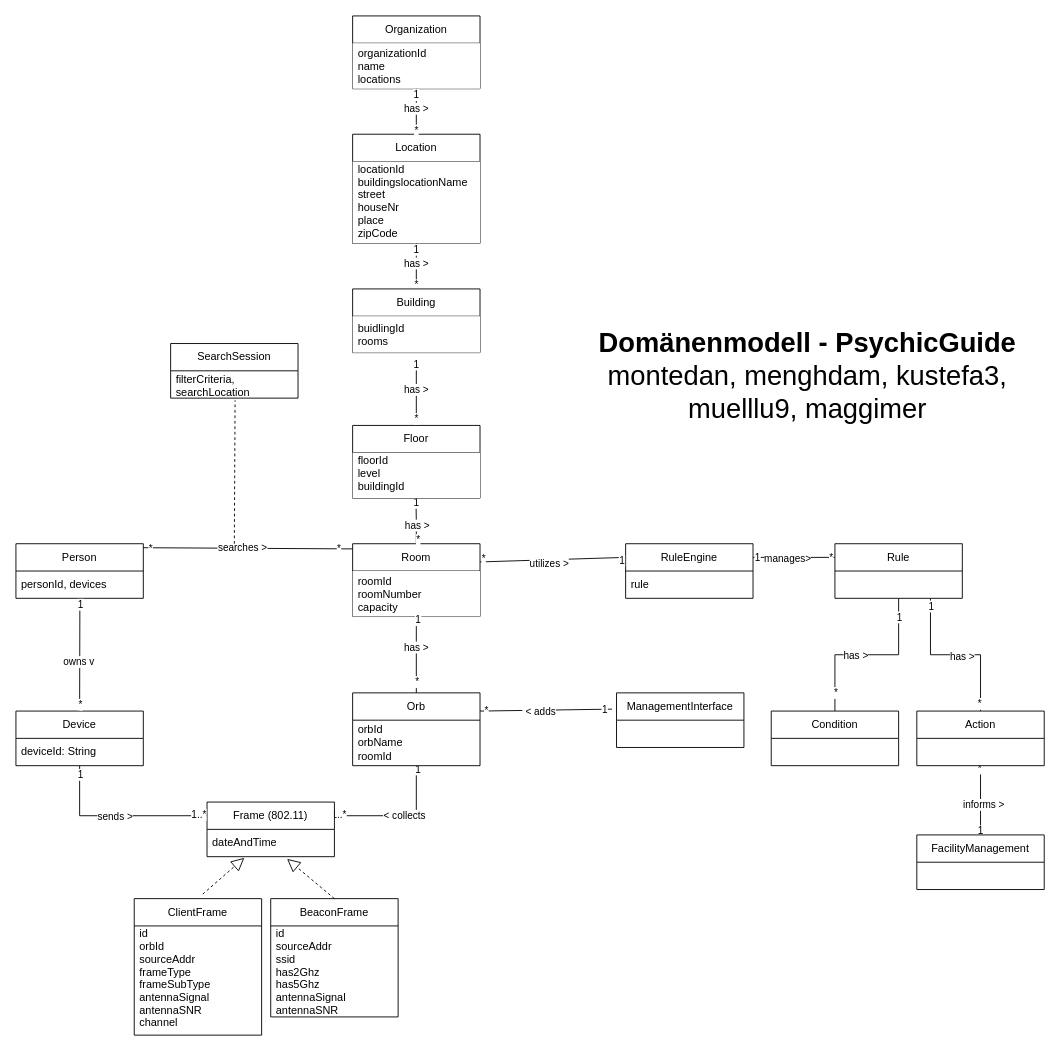
The draw.io diagram PM3_domain_model.drawio in phyllomenous/PM3_DomainModel, before the edit. Source tidied: cells renumbered, new cells numbered last; positions are measured from the earlier drawing's top-left corner, leaving out a move shared by most shapes. Both pictures are drawn from the tidied source at 91%, with x=0, y=0 at pixel (15, 15).
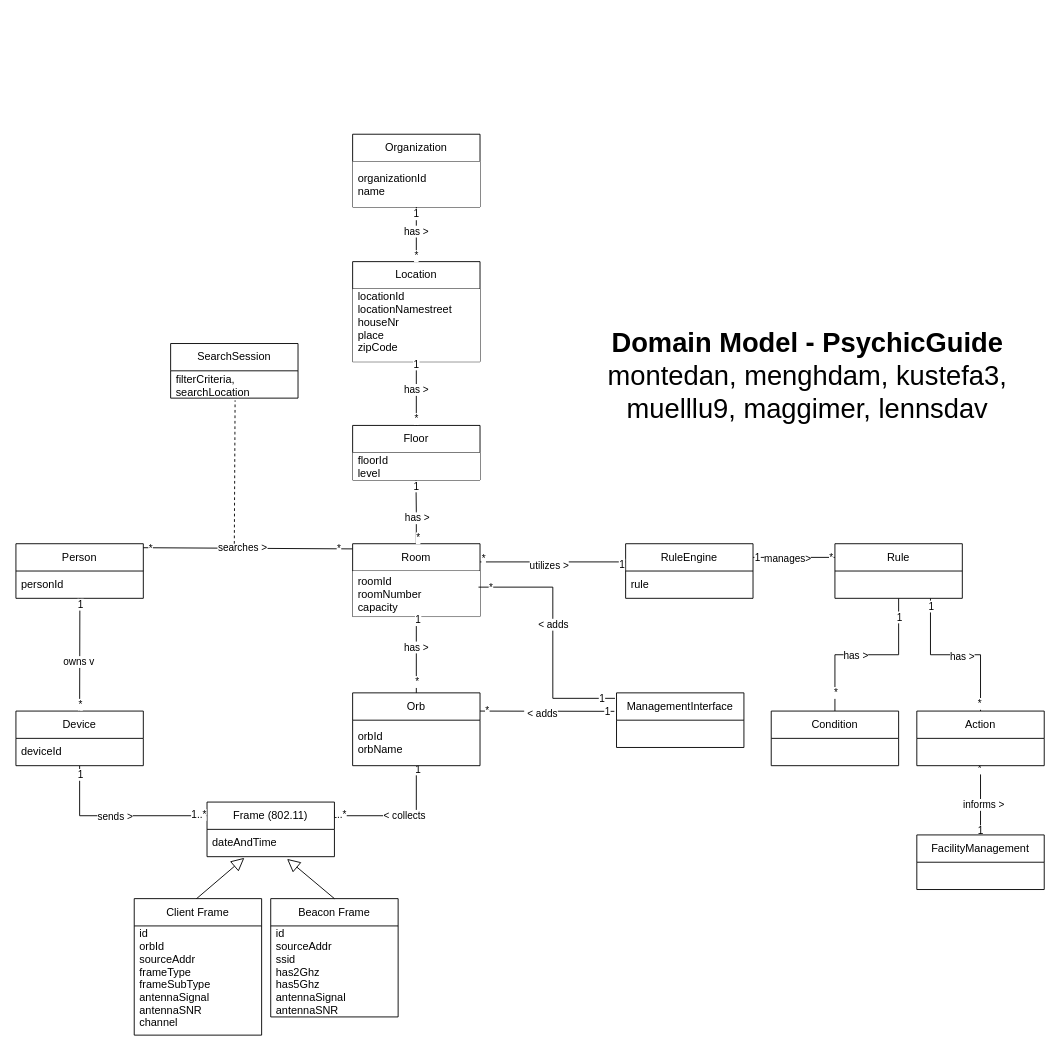
Above is the later version.

Unchanged cells that the change refers to:
```xml
<mxCell id="12" value="Room" style="swimlane;fontStyle=0;horizontal=1;startSize=30;whiteSpace=wrap;html=1;swimlaneFillColor=default;" parent="1" vertex="1">
  <mxGeometry x="370" y="580" width="140" height="80" as="geometry" />
</mxCell>
<mxCell id="13" value="roomId&#10;roomNumber&#10;capacity" style="text;strokeColor=none;fillColor=default;align=left;verticalAlign=middle;spacingLeft=4;spacingRight=4;overflow=hidden;points=[[0,0.5],[1,0.5]];portConstraint=eastwest;" parent="12" vertex="1">
  <mxGeometry y="30" width="140" height="50" as="geometry" />
</mxCell>
<mxCell id="18" value="Orb" style="swimlane;fontStyle=0;horizontal=1;startSize=30;whiteSpace=wrap;html=1;swimlaneFillColor=default;" parent="1" vertex="1">
  <mxGeometry x="370" y="743.9" width="140" height="80" as="geometry" />
</mxCell>
<mxCell id="33" value="dateAndTime" style="text;strokeColor=none;fillColor=none;align=left;verticalAlign=middle;spacingLeft=4;spacingRight=4;overflow=hidden;points=[[0,0.5],[1,0.5]];portConstraint=eastwest;whiteSpace=wrap;html=1;" parent="32" vertex="1">
  <mxGeometry y="30" width="140" height="30" as="geometry" />
</mxCell>
<mxCell id="37" value="Person" style="swimlane;fontStyle=0;horizontal=1;startSize=30;whiteSpace=wrap;html=1;swimlaneFillColor=default;" parent="1" vertex="1">
  <mxGeometry y="580" width="140" height="60" as="geometry" />
</mxCell>
<mxCell id="43" value="Device" style="swimlane;fontStyle=0;horizontal=1;startSize=30;whiteSpace=wrap;html=1;swimlaneFillColor=default;" parent="1" vertex="1">
  <mxGeometry y="763.9" width="140" height="60" as="geometry" />
</mxCell>
<mxCell id="49" value="ManagementInterface" style="swimlane;fontStyle=0;horizontal=1;startSize=30;whiteSpace=wrap;html=1;swimlaneFillColor=default;" parent="1" vertex="1">
  <mxGeometry x="660" y="743.9" width="140" height="60" as="geometry" />
</mxCell>
<mxCell id="58" value="RuleEngine" style="swimlane;fontStyle=0;horizontal=1;startSize=30;whiteSpace=wrap;html=1;swimlaneFillColor=default;" parent="1" vertex="1">
  <mxGeometry x="670" y="580" width="140" height="60" as="geometry" />
</mxCell>
```

What changed in the source:
```diff
@@
-    <mxCell id="2" style="rounded=0;jettySize=auto;html=1;exitX=-0.036;exitY=0.298;exitDx=0;exitDy=0;entryX=1;entryY=0.25;entryDx=0;entryDy=0;endArrow=none;endFill=0;exitPerimeter=0;" parent="1" edge="1" source="49" target="18">
+    <mxCell id="2" style="rounded=0;jettySize=auto;html=1;exitX=-0.017;exitY=0.338;exitDx=0;exitDy=0;entryX=1;entryY=0.25;entryDx=0;entryDy=0;endArrow=none;endFill=0;exitPerimeter=0;" parent="1" edge="1" source="49" target="18">
       <mxGeometry relative="1" as="geometry" />
     </mxCell>
@@
     <mxCell id="10" value="Location" style="swimlane;fontStyle=0;horizontal=1;startSize=30;whiteSpace=wrap;html=1;swimlaneFillColor=default;" parent="1" vertex="1">
-      <mxGeometry x="370" y="130" width="140" height="120" as="geometry" />
+      <mxGeometry x="370" y="270" width="140" height="110" as="geometry" />
     </mxCell>
-    <mxCell id="11" value="locationId&#10;buildingslocationName&#10;street&#10;houseNr&#10;place&#10;zipCode&#10;&#10;&#10;" style="text;strokeColor=none;fillColor=default;align=left;verticalAlign=middle;spacingLeft=4;spacingRight=4;overflow=hidden;" parent="10" vertex="1">
-      <mxGeometry y="30" width="140" height="90" as="geometry" />
+    <mxCell id="11" value="locationId&#10;locationNamestreet&#10;houseNr&#10;place&#10;zipCode&#10;&#10;&#10;" style="text;strokeColor=none;fillColor=default;align=left;verticalAlign=middle;spacingLeft=4;spacingRight=4;overflow=hidden;" parent="10" vertex="1">
+      <mxGeometry y="30" width="140" height="80" as="geometry" />
     </mxCell>
@@
-    <mxCell id="19" value="&lt;div&gt;orbId&lt;/div&gt;&lt;div&gt;orbName&lt;/div&gt;&lt;div&gt;roomId&lt;br&gt;&lt;/div&gt;" style="text;strokeColor=none;fillColor=none;align=left;verticalAlign=middle;spacingLeft=4;spacingRight=4;overflow=hidden;whiteSpace=wrap;html=1;" parent="18" vertex="1">
+    <mxCell id="19" value="&lt;div&gt;orbId&lt;/div&gt;&lt;div&gt;orbName&lt;/div&gt;" style="text;strokeColor=none;fillColor=none;align=left;verticalAlign=middle;spacingLeft=4;spacingRight=4;overflow=hidden;whiteSpace=wrap;html=1;" parent="18" vertex="1">
       <mxGeometry y="30" width="140" height="50" as="geometry" />
     </mxCell>
-    <mxCell id="20" style="edgeStyle=orthogonalEdgeStyle;rounded=0;jettySize=auto;html=1;endArrow=none;endFill=0;exitX=0.5;exitY=0;exitDx=0;exitDy=0;" parent="1" edge="1" source="85" target="10">
-      <mxGeometry relative="1" as="geometry" />
-    </mxCell>
-    <mxCell id="21" value="has &amp;gt;" style="edgeLabel;html=1;align=center;verticalAlign=middle;" parent="20" vertex="1">
-      <mxGeometry x="0.14" y="1" relative="1" as="geometry" />
-    </mxCell>
-    <mxCell id="22" value="*" style="edgeLabel;html=1;align=center;verticalAlign=middle;" parent="20" vertex="1">
-      <mxGeometry x="-0.78" y="1" relative="1" as="geometry" />
-    </mxCell>
-    <mxCell id="23" value="1" style="edgeLabel;html=1;align=center;verticalAlign=middle;" parent="20" vertex="1">
-      <mxGeometry x="0.75" y="1" relative="1" as="geometry" />
-    </mxCell>
@@
-    <mxCell id="38" value="personId, devices" style="text;strokeColor=none;fillColor=none;align=left;verticalAlign=middle;spacingLeft=4;spacingRight=4;overflow=hidden;points=[[0,0.5],[1,0.5]];portConstraint=eastwest;whiteSpace=wrap;html=1;" parent="37" vertex="1">
+    <mxCell id="38" value="&lt;div&gt;personId&lt;/div&gt;" style="text;strokeColor=none;fillColor=none;align=left;verticalAlign=middle;spacingLeft=4;spacingRight=4;overflow=hidden;points=[[0,0.5],[1,0.5]];portConstraint=eastwest;whiteSpace=wrap;html=1;" parent="37" vertex="1">
       <mxGeometry y="30" width="140" height="30" as="geometry" />
     </mxCell>
@@
-    <mxCell id="44" value="&lt;div&gt;deviceId: String&lt;/div&gt;" style="text;strokeColor=none;fillColor=none;align=left;verticalAlign=middle;spacingLeft=4;spacingRight=4;overflow=hidden;whiteSpace=wrap;html=1;" parent="43" vertex="1">
+    <mxCell id="44" value="&lt;div&gt;deviceId&lt;br&gt;&lt;/div&gt;" style="text;strokeColor=none;fillColor=none;align=left;verticalAlign=middle;spacingLeft=4;spacingRight=4;overflow=hidden;whiteSpace=wrap;html=1;" parent="43" vertex="1">
       <mxGeometry y="30" width="140" height="30" as="geometry" />
     </mxCell>
@@
-    <mxCell id="70" style="rounded=0;jettySize=auto;html=1;exitX=1;exitY=0.25;exitDx=0;exitDy=0;entryX=0;entryY=0.25;entryDx=0;entryDy=0;endArrow=none;endFill=0;" parent="1" edge="1" source="12" target="58">
+    <mxCell id="70" style="rounded=0;jettySize=auto;html=1;exitX=1;exitY=0.25;exitDx=0;exitDy=0;entryX=0;entryY=0.333;entryDx=0;entryDy=0;endArrow=none;endFill=0;entryPerimeter=0;" parent="1" edge="1" source="12" target="58">
       <mxGeometry relative="1" as="geometry" />
     </mxCell>
@@
-    <mxCell id="76" value="&lt;div style=&quot;font-size: 30px;&quot;&gt;&lt;font style=&quot;font-size: 30px;&quot;&gt;&lt;b&gt;Domänenmodell - PsychicGuide&lt;/b&gt;&lt;br&gt;&lt;/font&gt;&lt;/div&gt;&lt;div style=&quot;font-size: 30px;&quot;&gt;&lt;font style=&quot;font-size: 30px;&quot;&gt;montedan, menghdam, kustefa3, muelllu9, maggimer&lt;br&gt;&lt;/font&gt;&lt;/div&gt;" style="text;html=1;strokeColor=none;fillColor=none;align=center;verticalAlign=middle;whiteSpace=wrap;rounded=0;" parent="1" vertex="1">
+    <mxCell id="76" value="&lt;div style=&quot;font-size: 30px;&quot;&gt;&lt;font style=&quot;font-size: 30px;&quot;&gt;&lt;b&gt;Domain Model - PsychicGuide&lt;/b&gt;&lt;br&gt;&lt;/font&gt;&lt;/div&gt;&lt;div style=&quot;font-size: 30px;&quot;&gt;&lt;font style=&quot;font-size: 30px;&quot;&gt;montedan, menghdam, kustefa3, muelllu9, maggimer, lennsdav&lt;br&gt;&lt;/font&gt;&lt;/div&gt;" style="text;html=1;strokeColor=none;fillColor=none;align=center;verticalAlign=middle;whiteSpace=wrap;rounded=0;" parent="1" vertex="1">
       <mxGeometry x="620" y="380" width="500" height="30" as="geometry" />
     </mxCell>
     <mxCell id="77" value="Organization" style="swimlane;fontStyle=0;horizontal=1;startSize=30;whiteSpace=wrap;html=1;swimlaneFillColor=default;" parent="1" vertex="1">
-      <mxGeometry x="370" width="140" height="80" as="geometry" />
+      <mxGeometry x="370" y="130" width="140" height="80" as="geometry" />
     </mxCell>
-    <mxCell id="78" value="organizationId&#10;name&#10;locations" style="text;strokeColor=none;fillColor=default;align=left;verticalAlign=middle;spacingLeft=4;spacingRight=4;overflow=hidden;points=[[0,0.5],[1,0.5]];portConstraint=eastwest;" parent="77" vertex="1">
+    <mxCell id="78" value="organizationId&#10;name" style="text;strokeColor=none;fillColor=default;align=left;verticalAlign=middle;spacingLeft=4;spacingRight=4;overflow=hidden;points=[[0,0.5],[1,0.5]];portConstraint=eastwest;" parent="77" vertex="1">
       <mxGeometry y="30" width="140" height="50" as="geometry" />
     </mxCell>
@@
     <mxCell id="83" value="Floor" style="swimlane;fontStyle=0;horizontal=1;startSize=30;whiteSpace=wrap;html=1;swimlaneFillColor=default;" parent="1" vertex="1">
-      <mxGeometry x="370" y="450" width="140" height="80" as="geometry" />
+      <mxGeometry x="370" y="450" width="140" height="60" as="geometry" />
     </mxCell>
-    <mxCell id="84" value="floorId&#10;level&#10;buildingId&#10;" style="text;strokeColor=none;fillColor=default;align=left;verticalAlign=middle;spacingLeft=4;spacingRight=4;overflow=hidden;points=[[0,0.5],[1,0.5]];portConstraint=eastwest;" parent="83" vertex="1">
-      <mxGeometry y="30" width="140" height="50" as="geometry" />
+    <mxCell id="84" value="floorId&#10;level&#10;" style="text;strokeColor=none;fillColor=default;align=left;verticalAlign=middle;spacingLeft=4;spacingRight=4;overflow=hidden;points=[[0,0.5],[1,0.5]];portConstraint=eastwest;" parent="83" vertex="1">
+      <mxGeometry y="30" width="140" height="30" as="geometry" />
     </mxCell>
-    <mxCell id="85" value="Building" style="swimlane;fontStyle=0;horizontal=1;startSize=30;whiteSpace=wrap;html=1;swimlaneFillColor=default;" parent="1" vertex="1">
-      <mxGeometry x="370" y="300" width="140" height="70" as="geometry" />
-    </mxCell>
-    <mxCell id="86" value="buidlingId&#10;rooms" style="text;strokeColor=none;fillColor=default;align=left;verticalAlign=middle;spacingLeft=4;spacingRight=4;overflow=hidden;" parent="85" vertex="1">
-      <mxGeometry y="30" width="140" height="40" as="geometry" />
-    </mxCell>
-    <mxCell id="87" style="edgeStyle=orthogonalEdgeStyle;rounded=0;jettySize=auto;html=1;endArrow=none;endFill=0;exitX=0.5;exitY=0;exitDx=0;exitDy=0;" parent="1" edge="1" source="83">
-      <mxGeometry relative="1" as="geometry">
-        <mxPoint x="440" y="380" as="targetPoint" />
-        <Array as="points">
-          <mxPoint x="440" y="380" />
-        </Array>
-      </mxGeometry>
+    <mxCell id="87" style="edgeStyle=orthogonalEdgeStyle;rounded=0;jettySize=auto;html=1;endArrow=none;endFill=0;exitX=0.5;exitY=0;exitDx=0;exitDy=0;entryX=0.5;entryY=1;entryDx=0;entryDy=0;" parent="1" edge="1" source="83" target="10">
+      <mxGeometry relative="1" as="geometry" />
     </mxCell>
@@
-    <mxCell id="91" style="endArrow=block;dashed=1;endFill=0;endSize=12;html=1;rounded=0;entryX=0.293;entryY=1.043;entryDx=0;entryDy=0;entryPerimeter=0;exitX=0.538;exitY=-0.033;exitDx=0;exitDy=0;exitPerimeter=0;" parent="1" edge="1" source="92" target="33">
+    <mxCell id="91" style="endArrow=block;endFill=0;endSize=12;html=1;rounded=0;entryX=0.293;entryY=1.043;entryDx=0;entryDy=0;entryPerimeter=0;exitX=0.467;exitY=0.018;exitDx=0;exitDy=0;exitPerimeter=0;" parent="1" edge="1" source="92" target="33">
       <mxGeometry relative="1" as="geometry" />
     </mxCell>
-    <mxCell id="92" value="ClientFrame" style="swimlane;fontStyle=0;horizontal=1;startSize=30;swimlaneFillColor=default;" parent="1" vertex="1">
+    <mxCell id="92" value="Client Frame" style="swimlane;fontStyle=0;horizontal=1;startSize=30;swimlaneFillColor=default;" parent="1" vertex="1">
       <mxGeometry x="130" y="970" width="140" height="150" as="geometry" />
     </mxCell>
@@
-    <mxCell id="94" value="BeaconFrame" style="swimlane;fontStyle=0;horizontal=1;startSize=30;swimlaneFillColor=default;" parent="1" vertex="1">
+    <mxCell id="94" value="Beacon Frame" style="swimlane;fontStyle=0;horizontal=1;startSize=30;swimlaneFillColor=default;" parent="1" vertex="1">
       <mxGeometry x="280" y="970" width="140" height="130" as="geometry" />
     </mxCell>
@@
-    <mxCell id="96" style="endArrow=block;dashed=1;endFill=0;endSize=12;html=1;rounded=0;entryX=0.628;entryY=1.081;entryDx=0;entryDy=0;entryPerimeter=0;exitX=0.5;exitY=0;exitDx=0;exitDy=0;" parent="1" edge="1" source="94" target="33">
+    <mxCell id="96" style="endArrow=block;endFill=0;endSize=12;html=1;rounded=0;entryX=0.628;entryY=1.081;entryDx=0;entryDy=0;entryPerimeter=0;exitX=0.5;exitY=0;exitDx=0;exitDy=0;" parent="1" edge="1" source="94" target="33">
       <mxGeometry relative="1" as="geometry" />
     </mxCell>
+    <mxCell id="97" style="rounded=0;jettySize=auto;html=1;exitX=-0.012;exitY=0.1;exitDx=0;exitDy=0;entryX=0.988;entryY=0.354;entryDx=0;entryDy=0;endArrow=none;endFill=0;exitPerimeter=0;entryPerimeter=0;edgeStyle=orthogonalEdgeStyle;" parent="1" edge="1" source="49" target="13">
+      <mxGeometry relative="1" as="geometry">
+        <Array as="points">
+          <mxPoint x="590" y="750" />
+          <mxPoint x="590" y="628" />
+        </Array>
+      </mxGeometry>
+    </mxCell>
+    <mxCell id="98" value="&amp;nbsp;&amp;lt; adds" style="edgeLabel;html=1;align=center;verticalAlign=middle;" parent="97" vertex="1">
+      <mxGeometry x="0.1" y="2" relative="1" as="geometry" />
+    </mxCell>
+    <mxCell id="22" value="*" style="edgeLabel;html=1;align=center;verticalAlign=middle;" parent="97" vertex="1">
+      <mxGeometry x="0.9" relative="1" as="geometry" />
+    </mxCell>
+    <mxCell id="23" value="1" style="edgeLabel;html=1;align=center;verticalAlign=middle;" parent="97" vertex="1">
+      <mxGeometry x="-0.89" relative="1" as="geometry" />
+    </mxCell>
```
